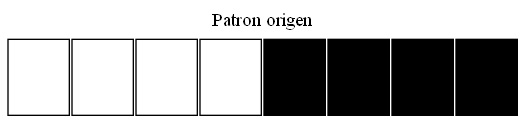
Before: grafica_origen.png, a diagram exported from Graphviz (Dgo45921/IPC2_Proyecto1_202003585). Its source is kept beside it as grafica_origen.dot.
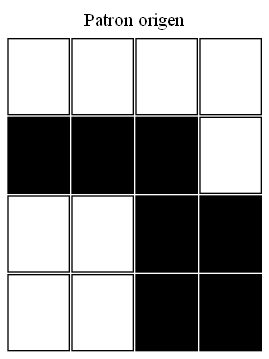
After the commit.

The edit, as a diff of the source:
```diff
@@ -1,17 +1,5 @@
-
-    digraph html {
-    labelloc="t";
-    label="Patron origen";
-     tabla [shape=none, margin=0, label=<
-     <TABLE BORDER="0" CELLBORDER="1" CELLSPACING="2.5" CELLPADDING="20">
-        <TR>
- <TD> </TD>
- <TD> </TD>
- <TD> </TD>
- <TD> </TD>
- <TD BGCOLOR="black"> </TD>
- <TD BGCOLOR="black"> </TD>
- <TD BGCOLOR="black"> </TD>
- <TD BGCOLOR="black"> </TD>
-</TR>
-</TABLE>>];}
+digraph html {
+labelloc="t";
+       label="Patron origen";
+ tabla [shape=none, margin=0, label=<
+ <TABLE BORDER="0" CELLBORDER="1" CELLSPACING="2.5" CELLPADDING="20">    <TR><TD> </TD><TD> </TD><TD> </TD><TD> </TD></TR><TR><TD BGCOLOR="black"> </TD><TD BGCOLOR="black"> </TD><TD BGCOLOR="black"> </TD><TD> </TD></TR><TR><TD> </TD><TD> </TD><TD BGCOLOR="black"> </TD><TD BGCOLOR="black"> </TD></TR><TR><TD> </TD><TD> </TD><TD BGCOLOR="black"> </TD><TD BGCOLOR="black"> </TD></TR></TABLE>>];}
```
